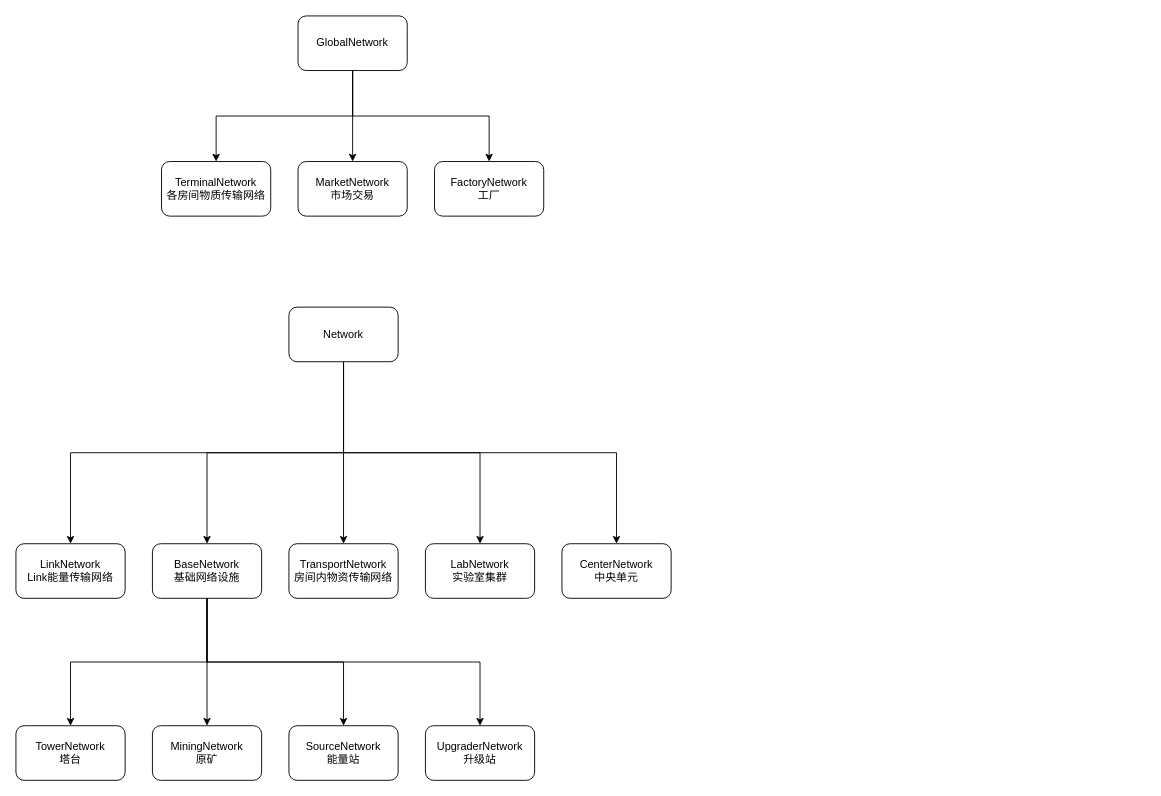
Before: screeps.drawio in xiejizhen007/storage, a draw.io diagram. Source tidied: cells renumbered, new cells numbered last; positions are measured from the earlier drawing's top-left corner, leaving out a move shared by most shapes. Both pictures are drawn from the tidied source at 91%, with x=0, y=0 at pixel (15, 15).
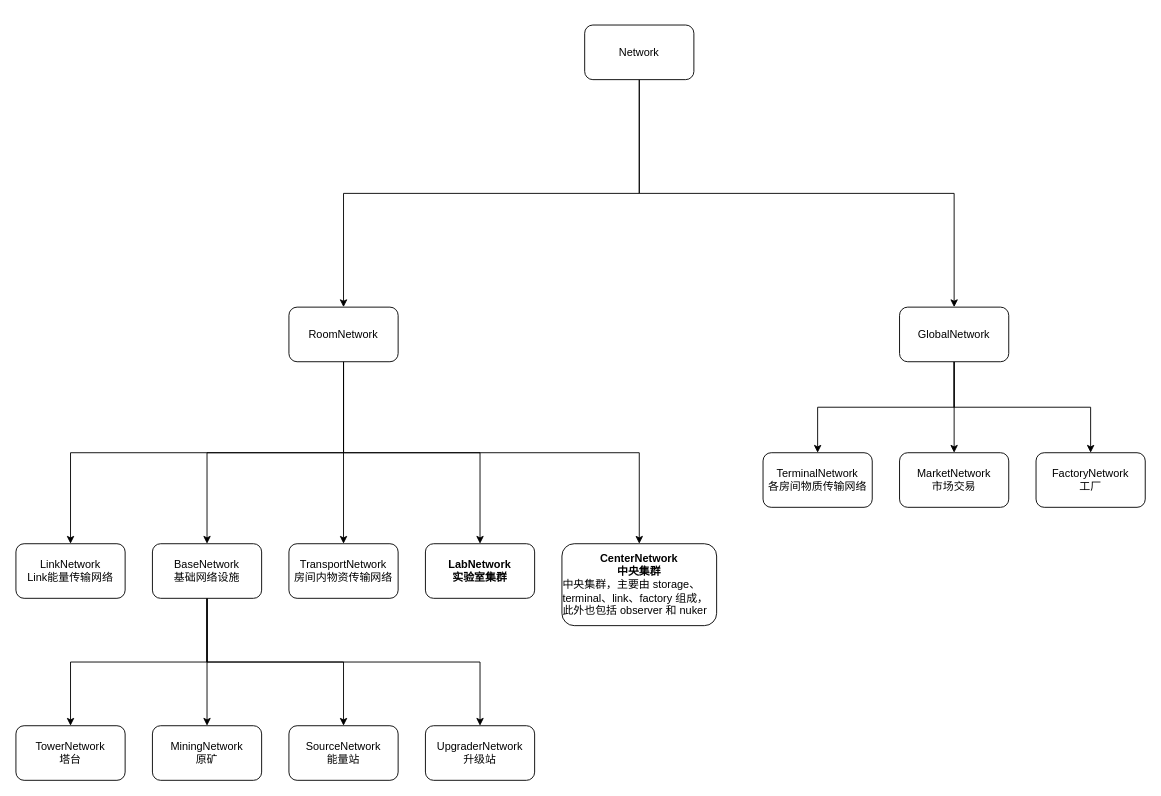
The same diagram, later.

Change to the diagram source:
```diff
@@
-    <mxCell id="7" value="Network" style="rounded=1;whiteSpace=wrap;html=1;" parent="1" vertex="1">
+    <mxCell id="7" value="RoomNetwork" style="rounded=1;whiteSpace=wrap;html=1;" parent="1" vertex="1">
       <mxGeometry x="300" y="320" width="120" height="60" as="geometry" />
     </mxCell>
@@
-    <mxCell id="9" value="LabNetwork&lt;br&gt;实验室集群" style="rounded=1;whiteSpace=wrap;html=1;" parent="1" vertex="1">
+    <mxCell id="9" value="&lt;b&gt;LabNetwork&lt;/b&gt;&lt;br&gt;&lt;b&gt;实验室集群&lt;/b&gt;&lt;b&gt;&lt;br&gt;&lt;/b&gt;" style="rounded=1;whiteSpace=wrap;html=1;" parent="1" vertex="1">
       <mxGeometry x="450" y="580" width="120" height="60" as="geometry" />
     </mxCell>
@@
-    <mxCell id="11" value="CenterNetwork&lt;br&gt;中央单元" style="rounded=1;whiteSpace=wrap;html=1;" parent="1" vertex="1">
-      <mxGeometry x="600" y="580" width="120" height="60" as="geometry" />
+    <mxCell id="11" value="&lt;b&gt;CenterNetwork&lt;br&gt;中央集群&lt;/b&gt;&lt;br&gt;&lt;div style=&quot;text-align: left&quot;&gt;&lt;span style=&quot;text-align: center&quot;&gt;中央集群，主要由 storage、terminal、link、factory 组成，此外也包括 observer 和 nuker&lt;/span&gt;&lt;br&gt;&lt;/div&gt;" style="rounded=1;whiteSpace=wrap;html=1;" parent="1" vertex="1">
+      <mxGeometry x="600" y="580" width="170" height="90" as="geometry" />
     </mxCell>
@@
     <mxCell id="21" value="TerminalNetwork&lt;br&gt;各房间物质传输网络" style="rounded=1;whiteSpace=wrap;html=1;" parent="1" vertex="1">
-      <mxGeometry x="160" y="160" width="120" height="60" as="geometry" />
+      <mxGeometry x="821" y="480" width="120" height="60" as="geometry" />
     </mxCell>
     <mxCell id="22" value="MarketNetwork&lt;br&gt;市场交易" style="rounded=1;whiteSpace=wrap;html=1;" parent="1" vertex="1">
-      <mxGeometry x="310" y="160" width="120" height="60" as="geometry" />
+      <mxGeometry x="971" y="480" width="120" height="60" as="geometry" />
     </mxCell>
@@
     <mxCell id="26" value="GlobalNetwork" style="rounded=1;whiteSpace=wrap;html=1;" parent="1" vertex="1">
-      <mxGeometry x="310" width="120" height="60" as="geometry" />
+      <mxGeometry x="971" y="320" width="120" height="60" as="geometry" />
     </mxCell>
     <mxCell id="27" value="FactoryNetwork&lt;br&gt;工厂" style="rounded=1;whiteSpace=wrap;html=1;" parent="1" vertex="1">
-      <mxGeometry x="460" y="160" width="120" height="60" as="geometry" />
+      <mxGeometry x="1121" y="480" width="120" height="60" as="geometry" />
     </mxCell>
+    <mxCell id="28" style="edgeStyle=orthogonalEdgeStyle;rounded=0;jettySize=auto;html=1;exitX=0.5;exitY=1;exitDx=0;exitDy=0;entryX=0.5;entryY=0;entryDx=0;entryDy=0;" parent="1" edge="1" source="30" target="7">
+      <mxGeometry relative="1" as="geometry" />
+    </mxCell>
+    <mxCell id="29" style="edgeStyle=orthogonalEdgeStyle;rounded=0;jettySize=auto;html=1;exitX=0.5;exitY=1;exitDx=0;exitDy=0;" parent="1" edge="1" source="30" target="26">
+      <mxGeometry relative="1" as="geometry" />
+    </mxCell>
+    <mxCell id="30" value="Network" style="rounded=1;whiteSpace=wrap;html=1;" parent="1" vertex="1">
+      <mxGeometry x="625" y="10" width="120" height="60" as="geometry" />
+    </mxCell>
```
